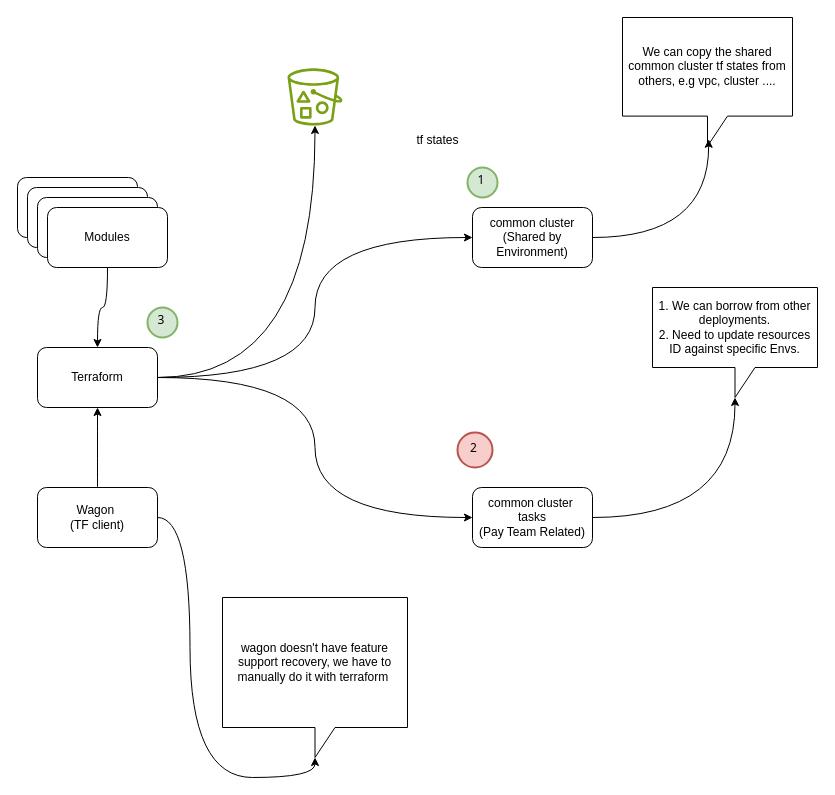
The draw.io diagram TF.drawio in jiangtao7/draw.io, before the edit. Source tidied: cells renumbered, new cells numbered last; positions are measured from the earlier drawing's top-left corner, leaving out a move shared by most shapes. Both pictures are drawn from the tidied source at 100%, with x=0, y=0 at pixel (17, 17).
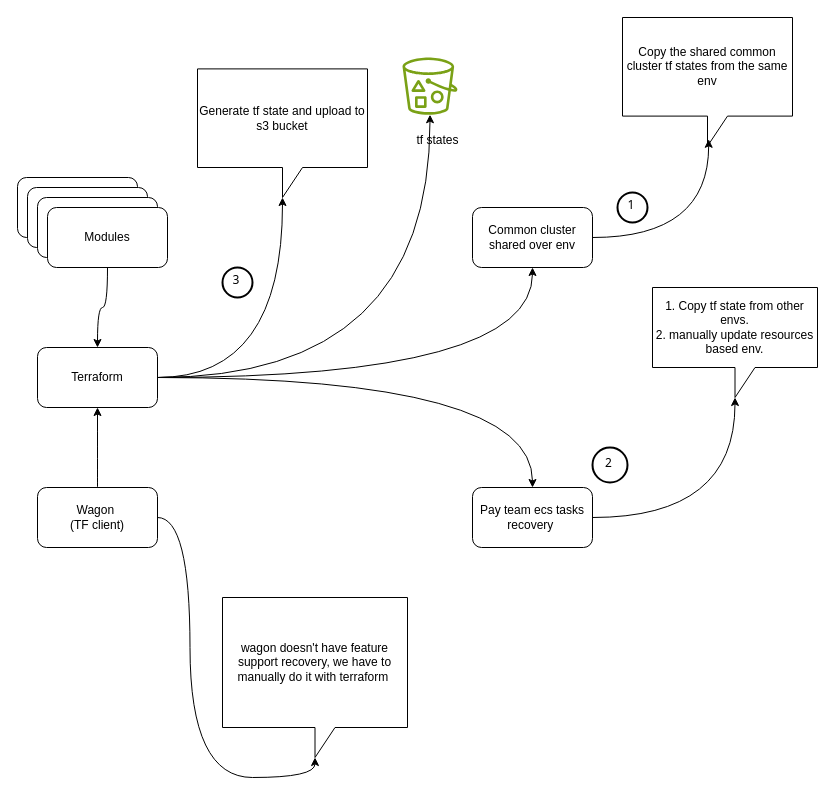
Above is the later version.

Unchanged cells that the change refers to:
```xml
<mxCell id="8" value="Terraform" style="rounded=1;whiteSpace=wrap;html=1;" parent="1" vertex="1">
  <mxGeometry x="20" y="330" width="120" height="60" as="geometry" />
</mxCell>
```

Diff of the diagram source:
```diff
@@
     <mxCell id="2" style="sketch=0;outlineConnect=0;fontColor=#232F3E;gradientColor=none;fillColor=#7AA116;strokeColor=none;dashed=0;verticalLabelPosition=bottom;verticalAlign=top;align=center;html=1;fontSize=12;fontStyle=0;shape=mxgraph.aws4.bucket_with_objects;" parent="1" vertex="1">
-      <mxGeometry x="270" y="50.8" width="55" height="57.2" as="geometry" />
+      <mxGeometry x="385" y="40" width="55" height="57.2" as="geometry" />
     </mxCell>
-    <mxCell id="3" value="common cluster&lt;br&gt;(Shared by Environment)" style="rounded=1;whiteSpace=wrap;html=1;" parent="1" vertex="1">
+    <mxCell id="3" value="Common cluster shared over env" style="rounded=1;whiteSpace=wrap;html=1;" parent="1" vertex="1">
       <mxGeometry x="455" y="190" width="120" height="60" as="geometry" />
     </mxCell>
-    <mxCell id="4" value="common cluster&amp;nbsp;&lt;div&gt;tasks&lt;br&gt;(Pay Team Related)&lt;/div&gt;" style="rounded=1;whiteSpace=wrap;html=1;" parent="1" vertex="1">
+    <mxCell id="4" value="Pay team ecs tasks recovery&amp;nbsp;" style="rounded=1;whiteSpace=wrap;html=1;" parent="1" vertex="1">
       <mxGeometry x="455" y="470" width="120" height="60" as="geometry" />
     </mxCell>
+    <mxCell id="7" style="edgeStyle=orthogonalEdgeStyle;curved=1;rounded=0;jettySize=auto;html=1;" parent="1" edge="1" source="8" target="2">
+      <mxGeometry relative="1" as="geometry" />
+    </mxCell>
-    <mxCell id="5" style="edgeStyle=orthogonalEdgeStyle;curved=1;rounded=0;jettySize=auto;html=1;entryX=0;entryY=0.5;entryDx=0;entryDy=0;" parent="1" edge="1" source="8" target="3">
+    <mxCell id="5" style="edgeStyle=orthogonalEdgeStyle;curved=1;rounded=0;jettySize=auto;html=1;entryX=0.5;entryY=1;entryDx=0;entryDy=0;" parent="1" edge="1" source="8" target="3">
       <mxGeometry relative="1" as="geometry" />
     </mxCell>
-    <mxCell id="6" style="edgeStyle=orthogonalEdgeStyle;curved=1;rounded=0;jettySize=auto;html=1;entryX=0;entryY=0.5;entryDx=0;entryDy=0;" parent="1" edge="1" source="8" target="4">
+    <mxCell id="6" style="edgeStyle=orthogonalEdgeStyle;curved=1;rounded=0;jettySize=auto;html=1;entryX=0.5;entryY=0;entryDx=0;entryDy=0;" parent="1" edge="1" source="8" target="4">
       <mxGeometry relative="1" as="geometry" />
     </mxCell>
-    <mxCell id="7" style="edgeStyle=orthogonalEdgeStyle;curved=1;rounded=0;jettySize=auto;html=1;" parent="1" edge="1" source="8" target="2">
-      <mxGeometry relative="1" as="geometry" />
-    </mxCell>
@@
-    <mxCell id="14" value="We can copy the shared common cluster tf states from others, e.g vpc, cluster ...." style="shape=callout;whiteSpace=wrap;html=1;perimeter=calloutPerimeter;" parent="1" vertex="1">
+    <mxCell id="14" value="Copy the shared common cluster tf states from the same env" style="shape=callout;whiteSpace=wrap;html=1;perimeter=calloutPerimeter;" parent="1" vertex="1">
       <mxGeometry x="605" width="170" height="128.6" as="geometry" />
     </mxCell>
@@
-    <mxCell id="16" value="1. We can borrow from other deployments.&lt;div&gt;2. Need to update resources ID against specific Envs.&lt;/div&gt;" style="shape=callout;whiteSpace=wrap;html=1;perimeter=calloutPerimeter;" parent="1" vertex="1">
+    <mxCell id="16" value="1. Copy tf state from other envs.&lt;div&gt;2. manually update resources based env.&lt;/div&gt;" style="shape=callout;whiteSpace=wrap;html=1;perimeter=calloutPerimeter;" parent="1" vertex="1">
       <mxGeometry x="635" y="270" width="165" height="110" as="geometry" />
     </mxCell>
@@
-    <mxCell id="23" value="1" style="ellipse;whiteSpace=wrap;html=1;strokeWidth=2;fontFamily=Tahoma;spacingBottom=4;spacingRight=2;strokeColor=#82b366;fillColor=#d5e8d4;" parent="1" vertex="1">
-      <mxGeometry x="450" y="150" width="30" height="30" as="geometry" />
+    <mxCell id="23" value="1" style="ellipse;whiteSpace=wrap;html=1;strokeWidth=2;fontFamily=Tahoma;spacingBottom=4;spacingRight=2;" parent="1" vertex="1">
+      <mxGeometry x="600" y="175" width="30" height="30" as="geometry" />
     </mxCell>
-    <mxCell id="24" value="2" style="ellipse;whiteSpace=wrap;html=1;strokeWidth=2;fontFamily=Tahoma;spacingBottom=4;spacingRight=2;strokeColor=#b85450;fillColor=#f8cecc;" parent="1" vertex="1">
-      <mxGeometry x="440" y="415" width="35" height="35" as="geometry" />
+    <mxCell id="24" value="2" style="ellipse;whiteSpace=wrap;html=1;strokeWidth=2;fontFamily=Tahoma;spacingBottom=4;spacingRight=2;" parent="1" vertex="1">
+      <mxGeometry x="575" y="430" width="35" height="35" as="geometry" />
     </mxCell>
-    <mxCell id="25" value="3" style="ellipse;whiteSpace=wrap;html=1;strokeWidth=2;fontFamily=Tahoma;spacingBottom=4;spacingRight=2;strokeColor=#82b366;fillColor=#d5e8d4;" parent="1" vertex="1">
-      <mxGeometry x="130" y="290" width="30" height="30" as="geometry" />
+    <mxCell id="25" value="3" style="ellipse;whiteSpace=wrap;html=1;strokeWidth=2;fontFamily=Tahoma;spacingBottom=4;spacingRight=2;" parent="1" vertex="1">
+      <mxGeometry x="205" y="250" width="30" height="30" as="geometry" />
     </mxCell>
+    <mxCell id="26" value="Generate tf state and upload to s3 bucket" style="shape=callout;whiteSpace=wrap;html=1;perimeter=calloutPerimeter;" parent="1" vertex="1">
+      <mxGeometry x="180" y="51.4" width="170" height="128.6" as="geometry" />
+    </mxCell>
+    <mxCell id="27" style="edgeStyle=orthogonalEdgeStyle;curved=1;rounded=0;jettySize=auto;html=1;entryX=0;entryY=0;entryDx=85;entryDy=128.6;entryPerimeter=0;" parent="1" edge="1" source="8" target="26">
+      <mxGeometry relative="1" as="geometry" />
+    </mxCell>
```
